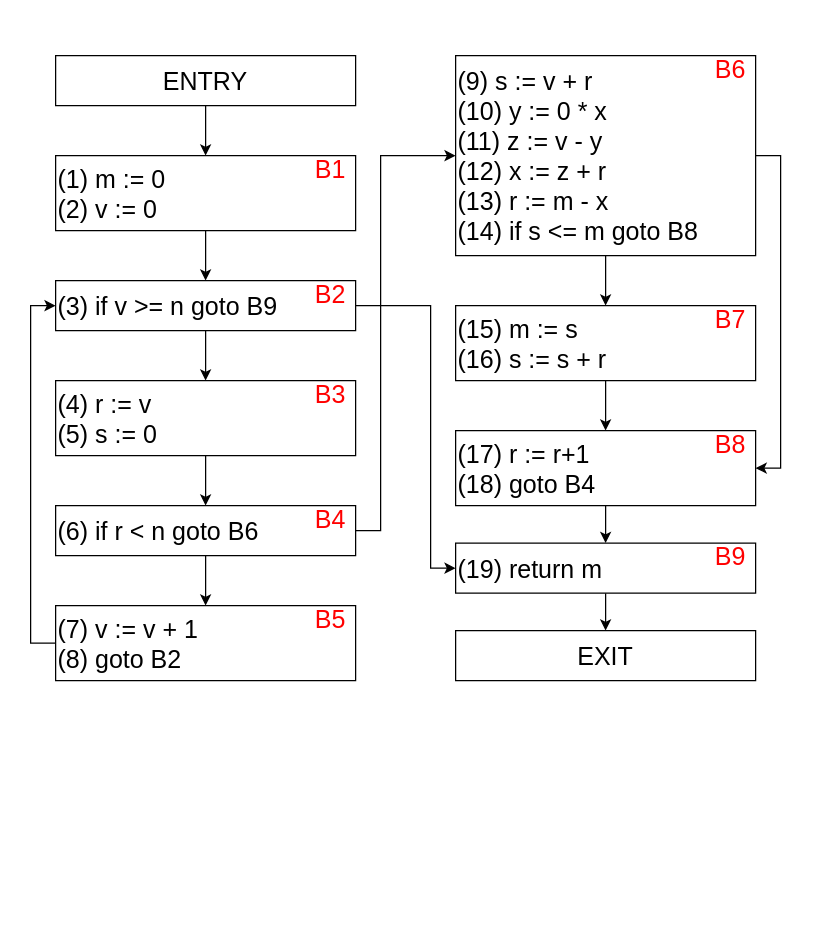
This is page "2" (2 of 2) of Compilers/T10/fig/dag.drawio from chhzh123/Assignments, a draw.io file, before an edit. Source tidied: cells renumbered, new cells numbered last; positions are measured from the earlier drawing's top-left corner, leaving out a move shared by most shapes. Both pictures are drawn from the tidied source at 125%, with x=0, y=0 at pixel (30, 55).
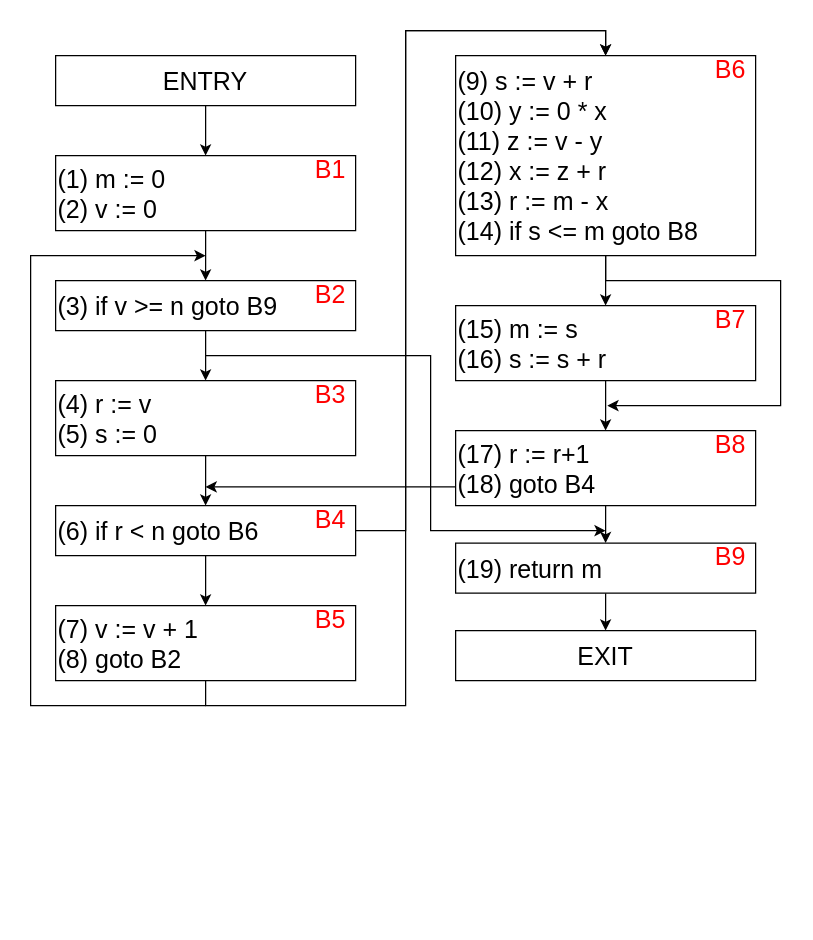
After the change.

Unchanged cells that the change refers to:
```xml
<mxCell id="11" value="(3) if v &amp;gt;= n goto B9" style="rounded=0;whiteSpace=wrap;html=1;fontSize=20;align=left;" parent="1" vertex="1">
  <mxGeometry x="20" y="180" width="240" height="40" as="geometry" />
</mxCell>
<mxCell id="16" value="(6) if r &amp;lt; n goto B6" style="rounded=0;whiteSpace=wrap;html=1;fontSize=20;align=left;" parent="1" vertex="1">
  <mxGeometry x="20" y="360" width="240" height="40" as="geometry" />
</mxCell>
<mxCell id="18" value="&lt;div&gt;(7) v := v + 1&lt;/div&gt;&lt;div&gt;(8) goto B2&lt;/div&gt;" style="rounded=0;whiteSpace=wrap;html=1;fontSize=20;align=left;" parent="1" vertex="1">
  <mxGeometry x="20" y="440" width="240" height="60" as="geometry" />
</mxCell>
<mxCell id="21" value="&lt;div&gt;(9) s := v + r&lt;/div&gt;&lt;div&gt;(10) y := 0 * x&lt;/div&gt;&lt;div&gt;(11) z := v - y&lt;/div&gt;&lt;div&gt;(12) x := z + r&lt;/div&gt;&lt;div&gt;(13) r := m - x&lt;/div&gt;&lt;div&gt;(14) if s &amp;lt;= m goto B8&lt;/div&gt;" style="rounded=0;whiteSpace=wrap;html=1;fontSize=20;align=left;" parent="1" vertex="1">
  <mxGeometry x="340" width="240" height="160" as="geometry" />
</mxCell>
<mxCell id="25" value="&lt;div&gt;(17) r := r+1&lt;/div&gt;&lt;div&gt;(18) goto B4&lt;/div&gt;" style="rounded=0;whiteSpace=wrap;html=1;fontSize=20;align=left;" parent="1" vertex="1">
  <mxGeometry x="340" y="300" width="240" height="60" as="geometry" />
</mxCell>
<mxCell id="27" value="(19) return m" style="rounded=0;whiteSpace=wrap;html=1;fontSize=20;align=left;" parent="1" vertex="1">
  <mxGeometry x="340" y="390" width="240" height="40" as="geometry" />
</mxCell>
```

Diff of the diagram source:
```diff
@@
-    <mxCell id="10" style="edgeStyle=orthogonalEdgeStyle;rounded=0;jettySize=auto;html=1;exitX=1;exitY=0.5;exitDx=0;exitDy=0;entryX=0;entryY=0.5;entryDx=0;entryDy=0;fontSize=20;" parent="1" edge="1" source="11" target="27">
+    <mxCell id="10" style="edgeStyle=orthogonalEdgeStyle;rounded=0;orthogonalLoop=1;jettySize=auto;html=1;fontSize=20;" parent="1" edge="1">
       <mxGeometry relative="1" as="geometry">
+        <mxPoint x="140" y="240" as="sourcePoint" />
+        <mxPoint x="460" y="380" as="targetPoint" />
         <Array as="points">
-          <mxPoint x="320" y="200" />
-          <mxPoint x="320" y="410" />
+          <mxPoint x="320" y="240" />
+          <mxPoint x="320" y="380" />
         </Array>
       </mxGeometry>
     </mxCell>
@@
+    <mxCell id="15" style="edgeStyle=orthogonalEdgeStyle;rounded=0;jettySize=auto;html=1;exitX=0.5;exitY=1;exitDx=0;exitDy=0;entryX=0.5;entryY=0;entryDx=0;entryDy=0;fontSize=20;" parent="1" edge="1" source="16" target="18">
+      <mxGeometry relative="1" as="geometry" />
+    </mxCell>
-    <mxCell id="14" style="edgeStyle=orthogonalEdgeStyle;rounded=0;jettySize=auto;html=1;exitX=1;exitY=0.5;exitDx=0;exitDy=0;entryX=0;entryY=0.5;entryDx=0;entryDy=0;fontSize=20;" parent="1" edge="1" source="16" target="21">
-      <mxGeometry relative="1" as="geometry">
-        <Array as="points">
-          <mxPoint x="280" y="380" />
-          <mxPoint x="280" y="80" />
-        </Array>
-      </mxGeometry>
+    <mxCell id="14" style="edgeStyle=orthogonalEdgeStyle;rounded=0;jettySize=auto;html=1;exitX=1;exitY=0.5;exitDx=0;exitDy=0;entryX=0.5;entryY=0;entryDx=0;entryDy=0;" parent="1" edge="1" source="16" target="21">
+      <mxGeometry relative="1" as="geometry" />
     </mxCell>
-    <mxCell id="15" style="edgeStyle=orthogonalEdgeStyle;rounded=0;jettySize=auto;html=1;exitX=0.5;exitY=1;exitDx=0;exitDy=0;entryX=0.5;entryY=0;entryDx=0;entryDy=0;fontSize=20;" parent="1" edge="1" source="16" target="18">
-      <mxGeometry relative="1" as="geometry" />
-    </mxCell>
@@
-    <mxCell id="17" style="edgeStyle=orthogonalEdgeStyle;rounded=0;jettySize=auto;html=1;exitX=0;exitY=0.5;exitDx=0;exitDy=0;entryX=0;entryY=0.5;entryDx=0;entryDy=0;fontSize=20;" parent="1" edge="1" source="18" target="11">
+    <mxCell id="17" style="edgeStyle=orthogonalEdgeStyle;rounded=0;orthogonalLoop=1;jettySize=auto;html=1;fontSize=20;" parent="1" edge="1">
       <mxGeometry relative="1" as="geometry">
+        <mxPoint x="140" y="520" as="sourcePoint" />
+        <mxPoint x="140" y="160" as="targetPoint" />
         <Array as="points">
-          <mxPoint y="470" />
-          <mxPoint y="200" />
+          <mxPoint y="520" />
+          <mxPoint y="160" />
         </Array>
       </mxGeometry>
     </mxCell>
+    <mxCell id="40" style="edgeStyle=orthogonalEdgeStyle;rounded=0;jettySize=auto;html=1;exitX=0.5;exitY=1;exitDx=0;exitDy=0;entryX=0.5;entryY=0;entryDx=0;entryDy=0;" parent="1" edge="1" source="18" target="21">
+      <mxGeometry relative="1" as="geometry" />
+    </mxCell>
@@
-    <mxCell id="20" style="edgeStyle=orthogonalEdgeStyle;rounded=0;jettySize=auto;html=1;exitX=1;exitY=0.5;exitDx=0;exitDy=0;entryX=1;entryY=0.5;entryDx=0;entryDy=0;fontSize=20;" parent="1" edge="1" source="21" target="25">
+    <mxCell id="20" style="edgeStyle=orthogonalEdgeStyle;rounded=0;jettySize=auto;html=1;exitX=0.5;exitY=1;exitDx=0;exitDy=0;fontSize=20;" parent="1" edge="1" source="21">
       <mxGeometry relative="1" as="geometry">
+        <mxPoint x="461.4" y="280" as="targetPoint" />
         <Array as="points">
-          <mxPoint x="600" y="80" />
-          <mxPoint x="600" y="330" />
+          <mxPoint x="460" y="180" />
+          <mxPoint x="600" y="180" />
+          <mxPoint x="600" y="280" />
         </Array>
       </mxGeometry>
     </mxCell>
@@
+    <mxCell id="41" style="rounded=0;jettySize=auto;html=1;exitX=0;exitY=0.75;exitDx=0;exitDy=0;" parent="1" edge="1" source="25">
+      <mxGeometry relative="1" as="geometry">
+        <mxPoint x="140" y="345" as="targetPoint" />
+      </mxGeometry>
+    </mxCell>
```
